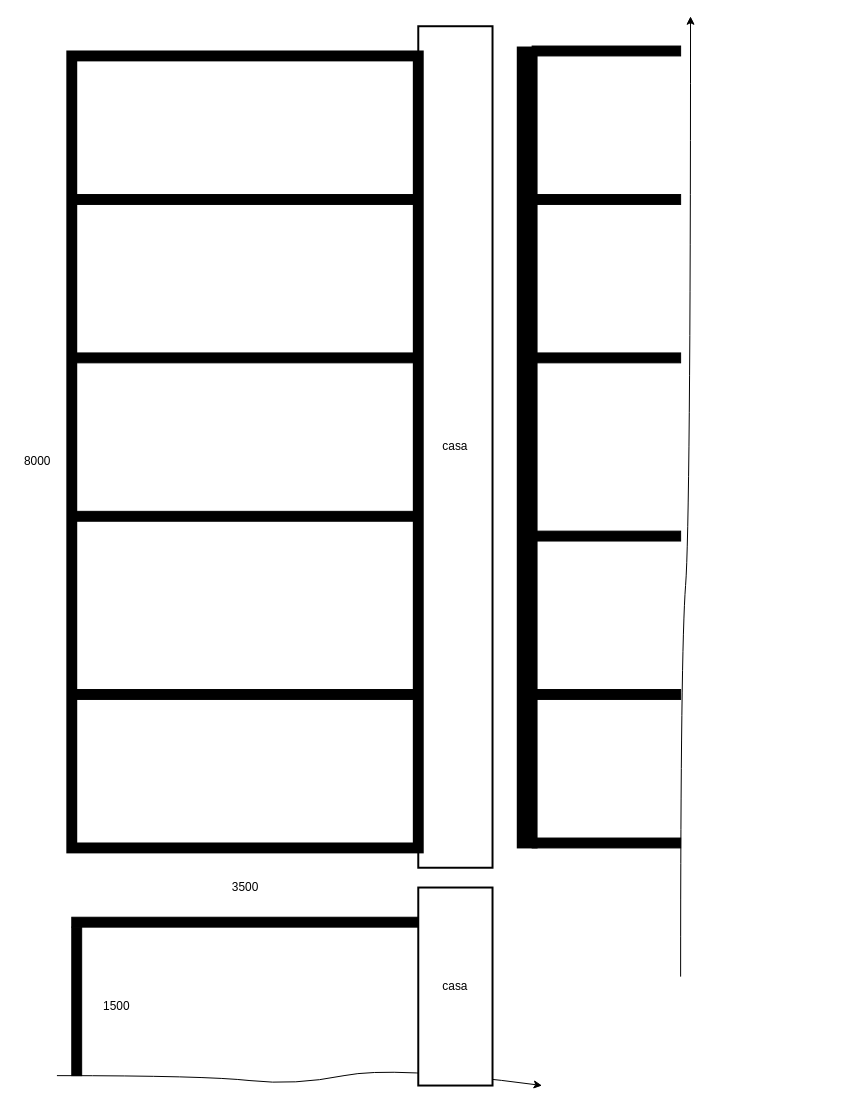
Above: Untitled Diagram.drawio in rvencu/yolov5 (draw.io), before the change. Source tidied: cells renumbered, new cells numbered last; positions are measured from the earlier drawing's top-left corner, leaving out a move shared by most shapes. Both pictures are drawn from the tidied source at 99%, with x=0, y=0 at pixel (17, -24).
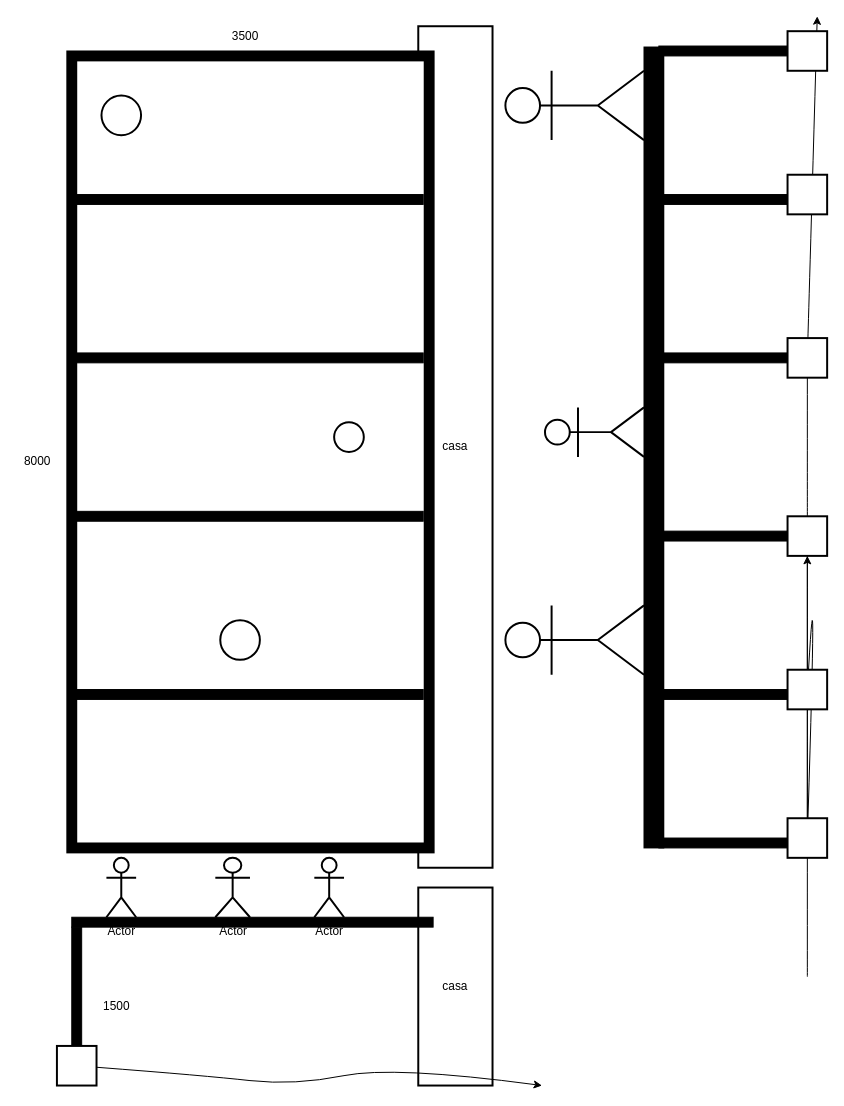
Above is the later version.

The edit, as a diff of the source:
```diff
@@
+    <mxCell id="22" value="casa" style="rounded=0;whiteSpace=wrap;html=1;shadow=0;glass=0;strokeColor=default;strokeWidth=2;fillColor=#FFFFFF;" parent="1" vertex="1">
+      <mxGeometry x="405" y="920" width="75" height="200" as="geometry" />
+    </mxCell>
@@
     <mxCell id="3" style="rounded=0;whiteSpace=wrap;html=1;strokeColor=default;shadow=0;glass=0;perimeterSpacing=5;strokeWidth=11;" parent="1" vertex="1">
-      <mxGeometry x="55" y="80" width="350" height="800" as="geometry" />
+      <mxGeometry x="55" y="80" width="361" height="800" as="geometry" />
     </mxCell>
@@
     <mxCell id="5" style="rounded=0;whiteSpace=wrap;html=1;fillColor=#000000;" parent="1" vertex="1">
-      <mxGeometry x="55" y="950" width="350" height="10" as="geometry" />
+      <mxGeometry x="55" y="950" width="365" height="10" as="geometry" />
     </mxCell>
     <mxCell id="6" style="rounded=0;whiteSpace=wrap;html=1;fillColor=#000000;" parent="1" vertex="1">
-      <mxGeometry x="55" y="720" width="350" height="10" as="geometry" />
+      <mxGeometry x="55" y="720" width="355" height="10" as="geometry" />
     </mxCell>
     <mxCell id="7" style="rounded=0;whiteSpace=wrap;html=1;fillColor=#000000;" parent="1" vertex="1">
-      <mxGeometry x="55" y="380" width="350" height="10" as="geometry" />
+      <mxGeometry x="55" y="380" width="355" height="10" as="geometry" />
     </mxCell>
     <mxCell id="8" style="rounded=0;whiteSpace=wrap;html=1;fillColor=#000000;" parent="1" vertex="1">
-      <mxGeometry x="55" y="220" width="350" height="10" as="geometry" />
+      <mxGeometry x="55" y="220" width="355" height="10" as="geometry" />
     </mxCell>
     <mxCell id="9" style="rounded=0;whiteSpace=wrap;html=1;fillColor=#000000;" parent="1" vertex="1">
-      <mxGeometry x="55" y="540" width="350" height="10" as="geometry" />
+      <mxGeometry x="55" y="540" width="355" height="10" as="geometry" />
     </mxCell>
@@
     <mxCell id="11" value="3500" style="text;html=1;align=center;verticalAlign=middle;fillColor=none;strokeColor=none;rounded=0;shadow=0;glass=0;" parent="1" vertex="1">
-      <mxGeometry x="210" y="910" width="40" height="20" as="geometry" />
+      <mxGeometry x="210" y="50" width="40" height="20" as="geometry" />
     </mxCell>
@@
     <mxCell id="13" style="rounded=0;whiteSpace=wrap;html=1;shadow=0;glass=0;strokeColor=default;strokeWidth=11;fillColor=#000000;" parent="1" vertex="1">
-      <mxGeometry x="510" y="76" width="10" height="799" as="geometry" />
+      <mxGeometry x="638" y="76" width="10" height="799" as="geometry" />
     </mxCell>
     <mxCell id="14" style="rounded=0;whiteSpace=wrap;html=1;fillColor=#000000;rotation=90;" parent="1" vertex="1">
-      <mxGeometry x="590" y="800" width="10" height="150" as="geometry" />
+      <mxGeometry x="718" y="800" width="10" height="150" as="geometry" />
     </mxCell>
     <mxCell id="15" style="rounded=0;whiteSpace=wrap;html=1;fillColor=#000000;rotation=90;" parent="1" vertex="1">
-      <mxGeometry x="590" y="310" width="10" height="150" as="geometry" />
+      <mxGeometry x="718" y="310" width="10" height="150" as="geometry" />
     </mxCell>
     <mxCell id="16" style="rounded=0;whiteSpace=wrap;html=1;fillColor=#000000;rotation=90;" parent="1" vertex="1">
-      <mxGeometry x="590" y="490" width="10" height="150" as="geometry" />
+      <mxGeometry x="718" y="490" width="10" height="150" as="geometry" />
     </mxCell>
     <mxCell id="17" style="rounded=0;whiteSpace=wrap;html=1;fillColor=#000000;rotation=90;" parent="1" vertex="1">
-      <mxGeometry x="590" y="650" width="10" height="150" as="geometry" />
+      <mxGeometry x="718" y="650" width="10" height="150" as="geometry" />
     </mxCell>
     <mxCell id="18" style="rounded=0;whiteSpace=wrap;html=1;fillColor=#000000;rotation=90;" parent="1" vertex="1">
-      <mxGeometry x="590" width="10" height="150" as="geometry" />
+      <mxGeometry x="718" width="10" height="150" as="geometry" />
     </mxCell>
     <mxCell id="19" style="rounded=0;whiteSpace=wrap;html=1;fillColor=#000000;rotation=90;" parent="1" vertex="1">
-      <mxGeometry x="590" y="150" width="10" height="150" as="geometry" />
+      <mxGeometry x="718" y="150" width="10" height="150" as="geometry" />
     </mxCell>
-    <mxCell id="20" style="curved=1;endArrow=classic;html=1;rounded=0;" parent="1" edge="1">
+    <mxCell id="20" style="curved=1;endArrow=classic;html=1;rounded=0;startArrow=none;" parent="1" edge="1" source="32">
       <mxGeometry relative="1" as="geometry">
-        <mxPoint x="40" y="1110" as="sourcePoint" />
         <mxPoint x="530" y="1120" as="targetPoint" />
         <Array as="points">
           <mxPoint x="190" y="1110" />
           <mxPoint x="280" y="1120" />
           <mxPoint x="380" y="1100" />
         </Array>
       </mxGeometry>
     </mxCell>
-    <mxCell id="21" style="curved=1;endArrow=classic;html=1;rounded=0;" parent="1" edge="1">
+    <mxCell id="21" style="curved=1;endArrow=classic;html=1;rounded=0;startArrow=none;" parent="1" edge="1" source="41">
       <mxGeometry relative="1" as="geometry">
-        <mxPoint x="670" y="1010" as="sourcePoint" />
-        <mxPoint x="680" y="40" as="targetPoint" />
-        <Array as="points">
-          <mxPoint x="670" y="680" />
-          <mxPoint x="680" y="550" />
-        </Array>
+        <mxPoint x="808" y="40" as="targetPoint" />
       </mxGeometry>
     </mxCell>
-    <mxCell id="22" value="casa" style="rounded=0;whiteSpace=wrap;html=1;shadow=0;glass=0;strokeColor=default;strokeWidth=2;fillColor=#FFFFFF;" parent="1" vertex="1">
-      <mxGeometry x="405" y="920" width="75" height="200" as="geometry" />
-    </mxCell>
+    <mxCell id="23" style="ellipse;whiteSpace=wrap;html=1;rounded=0;shadow=0;glass=0;strokeColor=default;strokeWidth=2;fillColor=#FFFFFF;" parent="1" vertex="1">
+      <mxGeometry x="85" y="120" width="40" height="40" as="geometry" />
+    </mxCell>
+    <mxCell id="24" style="ellipse;whiteSpace=wrap;html=1;rounded=0;shadow=0;glass=0;strokeColor=default;strokeWidth=2;fillColor=#FFFFFF;" parent="1" vertex="1">
+      <mxGeometry x="320" y="450" width="30" height="30" as="geometry" />
+    </mxCell>
+    <mxCell id="25" style="ellipse;whiteSpace=wrap;html=1;rounded=0;shadow=0;glass=0;strokeColor=default;strokeWidth=2;fillColor=#FFFFFF;" parent="1" vertex="1">
+      <mxGeometry x="205" y="650" width="40" height="40" as="geometry" />
+    </mxCell>
+    <mxCell id="26" value="Actor" style="shape=umlActor;verticalLabelPosition=bottom;verticalAlign=top;html=1;rounded=0;shadow=0;glass=0;strokeColor=default;strokeWidth=2;fillColor=#FFFFFF;" parent="1" vertex="1">
+      <mxGeometry x="90" y="890" width="30" height="60" as="geometry" />
+    </mxCell>
+    <mxCell id="27" value="Actor" style="shape=umlActor;verticalLabelPosition=bottom;verticalAlign=top;html=1;rounded=0;shadow=0;glass=0;strokeColor=default;strokeWidth=2;fillColor=#FFFFFF;" parent="1" vertex="1">
+      <mxGeometry x="200" y="890" width="35" height="60" as="geometry" />
+    </mxCell>
+    <mxCell id="28" value="Actor" style="shape=umlActor;verticalLabelPosition=bottom;verticalAlign=top;html=1;rounded=0;shadow=0;glass=0;strokeColor=default;strokeWidth=2;fillColor=#FFFFFF;" parent="1" vertex="1">
+      <mxGeometry x="300" y="890" width="30" height="60" as="geometry" />
+    </mxCell>
+    <mxCell id="29" value="Actor" style="shape=umlActor;verticalLabelPosition=bottom;verticalAlign=top;html=1;rounded=0;shadow=0;glass=0;strokeColor=default;strokeWidth=2;fillColor=#FFFFFF;rotation=-90;" parent="1" vertex="1">
+      <mxGeometry x="528" y="60" width="70" height="140" as="geometry" />
+    </mxCell>
+    <mxCell id="30" value="Actor" style="shape=umlActor;verticalLabelPosition=bottom;verticalAlign=top;html=1;rounded=0;shadow=0;glass=0;strokeColor=default;strokeWidth=2;fillColor=#FFFFFF;rotation=-90;" parent="1" vertex="1">
+      <mxGeometry x="558" y="410" width="50" height="100" as="geometry" />
+    </mxCell>
+    <mxCell id="31" value="Actor" style="shape=umlActor;verticalLabelPosition=bottom;verticalAlign=top;html=1;rounded=0;shadow=0;glass=0;strokeColor=default;strokeWidth=2;fillColor=#FFFFFF;rotation=-90;" parent="1" vertex="1">
+      <mxGeometry x="528" y="600" width="70" height="140" as="geometry" />
+    </mxCell>
+    <mxCell id="32" style="whiteSpace=wrap;html=1;rounded=0;shadow=0;glass=0;strokeColor=default;strokeWidth=2;fillColor=#FFFFFF;" parent="1" vertex="1">
+      <mxGeometry x="40" y="1080" width="40" height="40" as="geometry" />
+    </mxCell>
+    <mxCell id="33" style="curved=1;endArrow=none;html=1;rounded=0;" parent="1" edge="1" target="32">
+      <mxGeometry relative="1" as="geometry">
+        <mxPoint x="40" y="1110" as="sourcePoint" />
+      </mxGeometry>
+    </mxCell>
+    <mxCell id="34" style="curved=1;endArrow=none;html=1;rounded=0;startArrow=none;" parent="1" edge="1" source="43" target="44">
+      <mxGeometry relative="1" as="geometry">
+        <Array as="points">
+          <mxPoint x="808" y="550" />
+        </Array>
+      </mxGeometry>
+    </mxCell>
+    <mxCell id="35" style="whiteSpace=wrap;html=1;rounded=0;shadow=0;glass=0;strokeColor=default;strokeWidth=2;fillColor=#FFFFFF;" parent="1" vertex="1">
+      <mxGeometry x="778" y="55" width="40" height="40" as="geometry" />
+    </mxCell>
+    <mxCell id="36" style="whiteSpace=wrap;html=1;rounded=0;shadow=0;glass=0;strokeColor=default;strokeWidth=2;fillColor=#FFFFFF;" parent="1" vertex="1">
+      <mxGeometry x="778" y="200" width="40" height="40" as="geometry" />
+    </mxCell>
+    <mxCell id="37" style="edgeStyle=orthogonalEdgeStyle;rounded=0;jettySize=auto;html=1;" parent="1" edge="1" source="43" target="39">
+      <mxGeometry relative="1" as="geometry" />
+    </mxCell>
+    <mxCell id="38" style="curved=1;endArrow=none;html=1;rounded=0;" parent="1" edge="1" target="43">
+      <mxGeometry relative="1" as="geometry">
+        <mxPoint x="798" y="1010" as="sourcePoint" />
+      </mxGeometry>
+    </mxCell>
+    <mxCell id="39" style="whiteSpace=wrap;html=1;rounded=0;shadow=0;glass=0;strokeColor=default;strokeWidth=2;fillColor=#FFFFFF;" parent="1" vertex="1">
+      <mxGeometry x="778" y="545" width="40" height="40" as="geometry" />
+    </mxCell>
+    <mxCell id="40" style="curved=1;endArrow=none;html=1;rounded=0;startArrow=none;" parent="1" edge="1" source="44" target="39">
+      <mxGeometry relative="1" as="geometry" />
+    </mxCell>
+    <mxCell id="41" style="whiteSpace=wrap;html=1;rounded=0;shadow=0;glass=0;strokeColor=default;strokeWidth=2;fillColor=#FFFFFF;" parent="1" vertex="1">
+      <mxGeometry x="778" y="365" width="40" height="40" as="geometry" />
+    </mxCell>
+    <mxCell id="42" style="curved=1;endArrow=none;html=1;rounded=0;startArrow=none;" parent="1" edge="1" source="39" target="41">
+      <mxGeometry relative="1" as="geometry" />
+    </mxCell>
+    <mxCell id="43" style="whiteSpace=wrap;html=1;rounded=0;shadow=0;glass=0;strokeColor=default;strokeWidth=2;fillColor=#FFFFFF;" parent="1" vertex="1">
+      <mxGeometry x="778" y="700" width="40" height="40" as="geometry" />
+    </mxCell>
+    <mxCell id="44" style="whiteSpace=wrap;html=1;rounded=0;shadow=0;glass=0;strokeColor=default;strokeWidth=2;fillColor=#FFFFFF;" parent="1" vertex="1">
+      <mxGeometry x="778" y="850" width="40" height="40" as="geometry" />
+    </mxCell>
```
